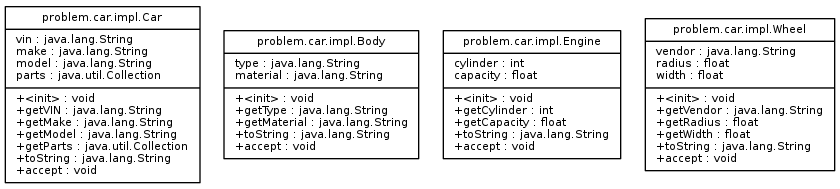
The Graphviz diagram dot/out.png in schnip/BluePizzaDiagrams, before a commit. Its source is kept beside it as dot/out.dot.
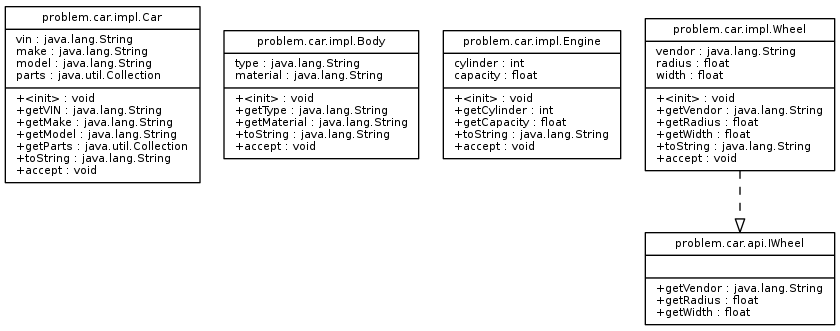
The same diagram one commit later.

What changed in the source:
```diff
@@ -22,5 +22,10 @@
 problemcarimplWheel [
 label = "{problem.car.impl.Wheel|vendor : java.lang.String\lradius : float\lwidth : float\l|+\<init\> : void\l+getVendor : java.lang.String\l+getRadius : float\l+getWidth : float\l+toString : java.lang.String\l+accept : void\l}"
 ]
+problemcarapiIWheel [
+label = "{problem.car.api.IWheel||+getVendor : java.lang.String\l+getRadius : float\l+getWidth : float\l}"
+]
 edge [ arrowhead = "empty" ]
+edge [ arrowhead = "empty", style = "dashed" ]
+problemcarimplWheel -> problemcarapiIWheel
 }
```
